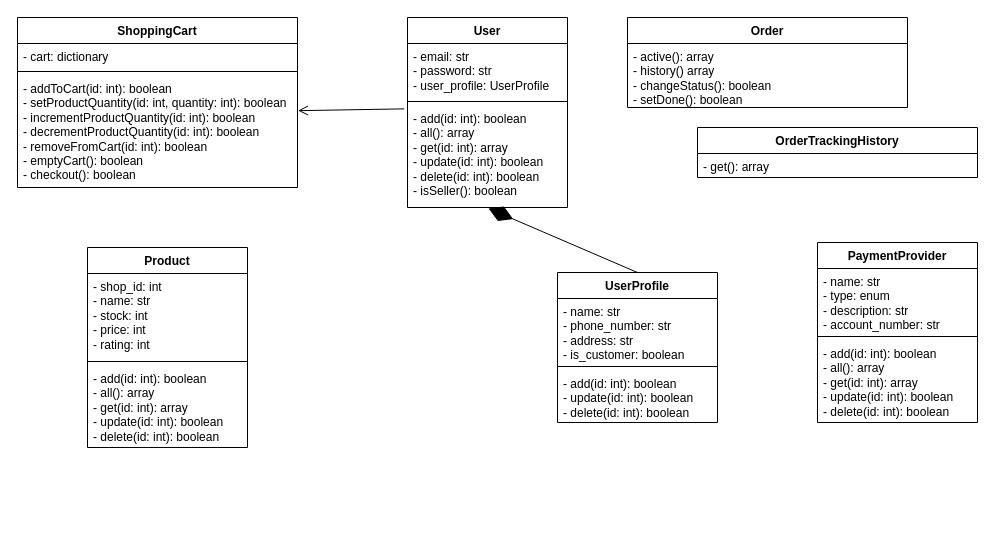
redorgs/luxe-crafted keeps this draw.io diagram as Class diagram.drawio. Above is the earlier version. Source tidied: cells renumbered, new cells numbered last; positions are measured from the earlier drawing's top-left corner, leaving out a move shared by most shapes. Both pictures are drawn from the tidied source at 100%, with x=0, y=0 at pixel (17, 17).
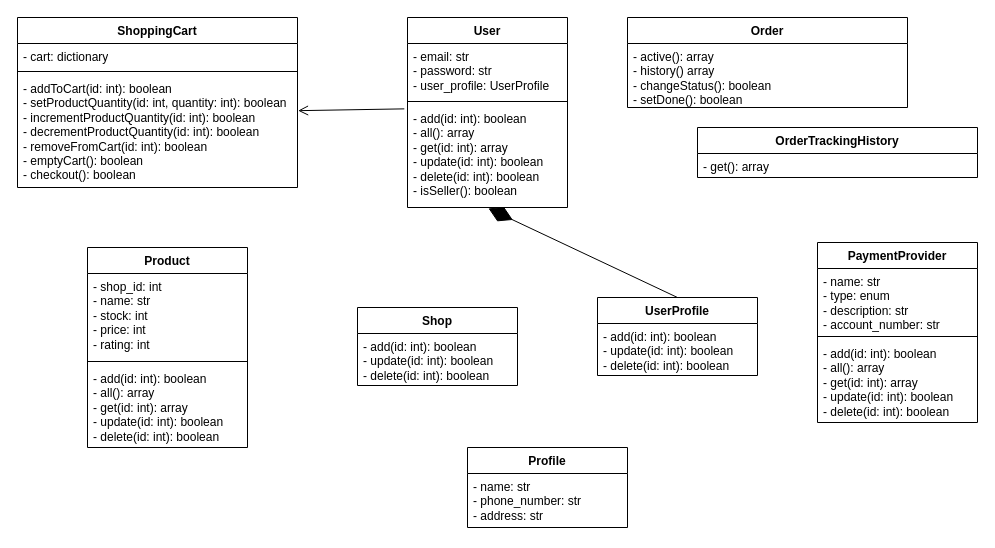
The same page after the edit.

The change refers to these unchanged cells:
```xml
<mxCell id="18" value="&lt;div&gt;PaymentProvider&lt;/div&gt;" style="swimlane;fontStyle=1;align=center;verticalAlign=top;horizontal=1;startSize=26;whiteSpace=wrap;html=1;" parent="1" vertex="1">
  <mxGeometry x="800" y="225" width="160" height="180" as="geometry" />
</mxCell>
```

Change to the diagram source:
```diff
@@
     <mxCell id="6" value="UserProfile" style="swimlane;fontStyle=1;align=center;verticalAlign=top;horizontal=1;startSize=26;whiteSpace=wrap;html=1;" parent="1" vertex="1">
-      <mxGeometry x="540" y="255" width="160" height="150" as="geometry" />
+      <mxGeometry x="580" y="280" width="160" height="78" as="geometry" />
     </mxCell>
-    <mxCell id="7" value="&lt;div&gt;- name: str&lt;/div&gt;&lt;div&gt;- phone_number: str&lt;/div&gt;&lt;div&gt;- address: str&lt;/div&gt;&lt;div&gt;- is_customer: boolean&lt;br&gt;&lt;/div&gt;" style="text;strokeColor=none;fillColor=none;align=left;verticalAlign=top;spacingLeft=4;spacingRight=4;overflow=hidden;whiteSpace=wrap;html=1;" parent="6" vertex="1">
-      <mxGeometry y="26" width="160" height="64" as="geometry" />
-    </mxCell>
-    <mxCell id="8" style="line;strokeWidth=1;fillColor=none;align=left;verticalAlign=middle;spacingTop=-1;spacingLeft=3;spacingRight=3;labelPosition=right;strokeColor=inherit;" parent="6" vertex="1">
-      <mxGeometry y="90" width="160" height="8" as="geometry" />
-    </mxCell>
-    <mxCell id="9" value="&lt;div&gt;- add(id: int): boolean&lt;/div&gt;&lt;div&gt;- update(id: int): boolean&lt;/div&gt;&lt;div&gt;- delete(id: int): boolean&lt;br&gt;&lt;/div&gt;" style="text;strokeColor=none;fillColor=none;align=left;verticalAlign=top;spacingLeft=4;spacingRight=4;overflow=hidden;whiteSpace=wrap;html=1;" parent="6" vertex="1">
-      <mxGeometry y="98" width="160" height="52" as="geometry" />
-    </mxCell>
+    <mxCell id="28" value="&lt;div&gt;- add(id: int): boolean&lt;/div&gt;&lt;div&gt;- update(id: int): boolean&lt;/div&gt;&lt;div&gt;- delete(id: int): boolean&lt;br&gt;&lt;/div&gt;" style="text;strokeColor=none;fillColor=none;align=left;verticalAlign=top;spacingLeft=4;spacingRight=4;overflow=hidden;whiteSpace=wrap;html=1;" parent="6" vertex="1">
+      <mxGeometry y="26" width="160" height="52" as="geometry" />
+    </mxCell>
@@
-    <mxCell id="20" style="line;strokeWidth=1;fillColor=none;align=left;verticalAlign=middle;spacingTop=-1;spacingLeft=3;spacingRight=3;labelPosition=right;strokeColor=inherit;" parent="18" vertex="1">
-      <mxGeometry y="90" width="160" height="8" as="geometry" />
-    </mxCell>
+    <mxCell id="29" style="line;strokeWidth=1;fillColor=none;align=left;verticalAlign=middle;spacingTop=-1;spacingLeft=3;spacingRight=3;labelPosition=right;strokeColor=inherit;" parent="18" vertex="1">
+      <mxGeometry y="90" width="160" height="8" as="geometry" />
+    </mxCell>
@@
+    <mxCell id="30" value="&lt;div&gt;Profile&lt;/div&gt;&lt;div&gt;&lt;br&gt;&lt;/div&gt;" style="swimlane;fontStyle=1;align=center;verticalAlign=top;horizontal=1;startSize=26;whiteSpace=wrap;html=1;" parent="1" vertex="1">
+      <mxGeometry x="450" y="430" width="160" height="80" as="geometry" />
+    </mxCell>
+    <mxCell id="31" value="&lt;div&gt;- name: str&lt;/div&gt;&lt;div&gt;- phone_number: str&lt;/div&gt;&lt;div&gt;- address: str&lt;/div&gt;" style="text;strokeColor=none;fillColor=none;align=left;verticalAlign=top;spacingLeft=4;spacingRight=4;overflow=hidden;whiteSpace=wrap;html=1;" parent="30" vertex="1">
+      <mxGeometry y="26" width="160" height="54" as="geometry" />
+    </mxCell>
+    <mxCell id="32" value="&lt;div&gt;Shop&lt;/div&gt;&lt;div&gt;&lt;br&gt;&lt;/div&gt;" style="swimlane;fontStyle=1;align=center;verticalAlign=top;horizontal=1;startSize=26;whiteSpace=wrap;html=1;" parent="1" vertex="1">
+      <mxGeometry x="340" y="290" width="160" height="78" as="geometry" />
+    </mxCell>
+    <mxCell id="33" value="&lt;div&gt;- add(id: int): boolean&lt;/div&gt;&lt;div&gt;- update(id: int): boolean&lt;/div&gt;&lt;div&gt;- delete(id: int): boolean&lt;br&gt;&lt;/div&gt;" style="text;strokeColor=none;fillColor=none;align=left;verticalAlign=top;spacingLeft=4;spacingRight=4;overflow=hidden;whiteSpace=wrap;html=1;" parent="32" vertex="1">
+      <mxGeometry y="26" width="160" height="52" as="geometry" />
+    </mxCell>
```
